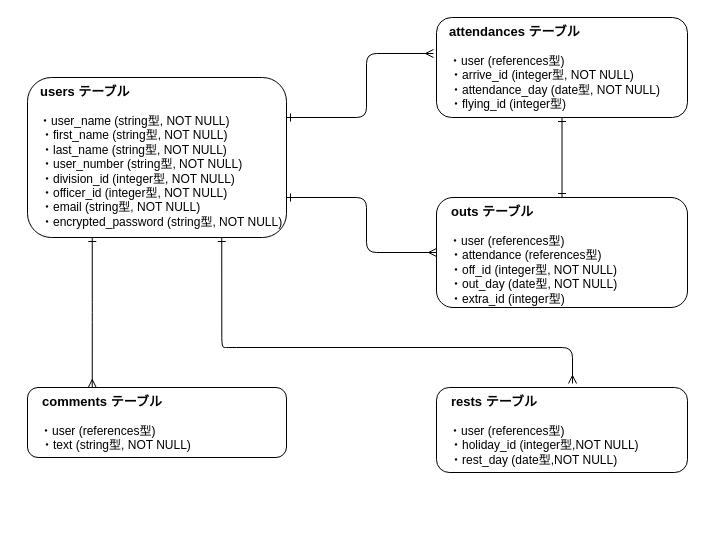
Above: er_figure.dio in yoshidanoryota/yoshida-manegement (draw.io), before the change. Source tidied: cells renumbered, new cells numbered last; positions are measured from the earlier drawing's top-left corner, leaving out a move shared by most shapes. Both pictures are drawn from the tidied source at 100%, with x=0, y=0 at pixel (27, 17).
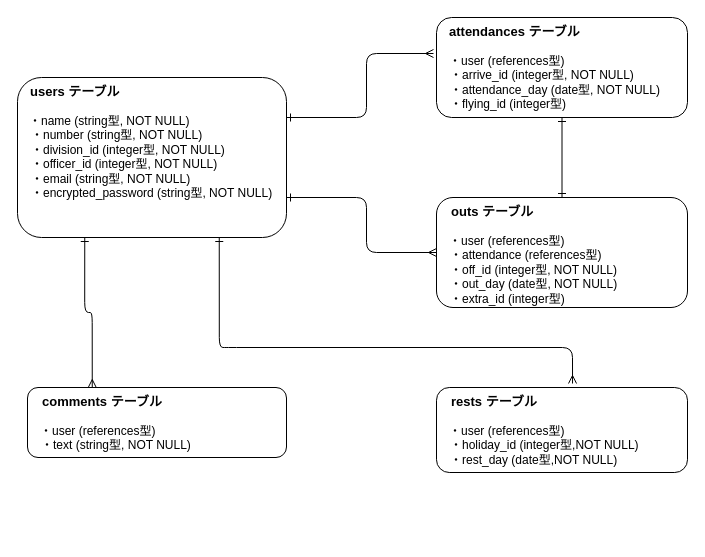
The same page after the edit.

Change to the diagram source:
```diff
@@
 <mxGraphModel>
   <root>
     <mxCell id="0" />
     <mxCell id="1" parent="0" />
     <mxCell id="2" style="edgeStyle=orthogonalEdgeStyle;jettySize=auto;html=1;exitX=0.25;exitY=1;exitDx=0;exitDy=0;entryX=0.25;entryY=0;entryDx=0;entryDy=0;endArrow=ERmany;endFill=0;startArrow=ERone;startFill=0;" parent="1" edge="1" source="6" target="11">
       <mxGeometry relative="1" as="geometry" />
     </mxCell>
     <mxCell id="3" style="edgeStyle=orthogonalEdgeStyle;jettySize=auto;html=1;exitX=0.75;exitY=1;exitDx=0;exitDy=0;entryX=0.542;entryY=-0.047;entryDx=0;entryDy=0;entryPerimeter=0;startArrow=ERone;startFill=0;endArrow=ERmany;endFill=0;" parent="1" edge="1" source="6" target="10">
       <mxGeometry relative="1" as="geometry">
         <Array as="points">
           <mxPoint x="199" y="330" />
           <mxPoint x="539" y="330" />
         </Array>
       </mxGeometry>
     </mxCell>
     <mxCell id="4" style="edgeStyle=orthogonalEdgeStyle;jettySize=auto;html=1;exitX=1;exitY=0.25;exitDx=0;exitDy=0;startArrow=ERone;startFill=0;endArrow=ERmany;endFill=0;entryX=-0.012;entryY=0.36;entryDx=0;entryDy=0;entryPerimeter=0;" parent="1" edge="1" source="6" target="8">
       <mxGeometry relative="1" as="geometry">
         <Array as="points">
           <mxPoint x="339" y="100" />
           <mxPoint x="339" y="36" />
         </Array>
       </mxGeometry>
     </mxCell>
     <mxCell id="5" style="edgeStyle=orthogonalEdgeStyle;jettySize=auto;html=1;exitX=1;exitY=0.75;exitDx=0;exitDy=0;startArrow=ERone;startFill=0;endArrow=ERmany;endFill=0;entryX=0;entryY=0.5;entryDx=0;entryDy=0;" parent="1" edge="1" source="6" target="9">
       <mxGeometry relative="1" as="geometry">
         <Array as="points">
           <mxPoint x="339" y="180" />
           <mxPoint x="339" y="235" />
         </Array>
       </mxGeometry>
     </mxCell>
-    <mxCell id="6" value="&lt;font style=&quot;font-size: 12px&quot;&gt;&lt;span style=&quot;font-size: 11px&quot;&gt;　&lt;/span&gt;&lt;font style=&quot;font-size: 13px ; font-weight: bold&quot;&gt;&lt;font style=&quot;font-size: 13px&quot;&gt;users テーブル&lt;br&gt;&lt;/font&gt;&lt;/font&gt;&lt;font style=&quot;font-size: 10px&quot;&gt;　&lt;br&gt;　&lt;/font&gt;&lt;font style=&quot;font-size: 12px&quot;&gt;・user_name (string型, NOT NULL)&lt;br&gt;　・first_name (string型, NOT NULL)&lt;br&gt;　・last_name (string型, NOT NULL)&lt;br&gt;　・user_number (string型, NOT NULL)&lt;br&gt;　・division_id&amp;nbsp;(integer型, NOT NULL)&lt;br&gt;　・officer_id&amp;nbsp;(integer型, NOT NULL)&lt;br&gt;　・&lt;/font&gt;&lt;/font&gt;&lt;font style=&quot;font-size: 12px&quot;&gt;&lt;font style=&quot;font-size: 12px&quot;&gt;&lt;font style=&quot;font-size: 12px&quot;&gt;email (string型, NOT NULL)&lt;br&gt;&lt;/font&gt;　・&lt;/font&gt;&lt;/font&gt;&lt;font style=&quot;font-size: 12px&quot;&gt;&lt;font style=&quot;font-size: 12px&quot;&gt;&lt;font style=&quot;font-size: 12px&quot;&gt;encrypted_password (string型, NOT NULL)&lt;br&gt;　&lt;br&gt;&lt;/font&gt;&lt;span style=&quot;font-size: 11px&quot;&gt;　&lt;/span&gt;&lt;br&gt;&lt;span style=&quot;font-size: 11px&quot;&gt;　&lt;/span&gt;&lt;/font&gt;&lt;br&gt;&lt;/font&gt;" style="whiteSpace=wrap;html=1;verticalAlign=top;align=left;fontFamily=Helvetica;rounded=1;" parent="1" vertex="1">
-      <mxGeometry y="60" width="259" height="160" as="geometry" />
+    <mxCell id="6" value="&lt;font style=&quot;font-size: 12px&quot;&gt;&lt;span style=&quot;font-size: 11px&quot;&gt;　&lt;/span&gt;&lt;font style=&quot;font-size: 13px ; font-weight: bold&quot;&gt;&lt;font style=&quot;font-size: 13px&quot;&gt;users テーブル&lt;br&gt;&lt;/font&gt;&lt;/font&gt;&lt;font style=&quot;font-size: 10px&quot;&gt;　&lt;br&gt;　&lt;/font&gt;&lt;font style=&quot;font-size: 12px&quot;&gt;・name (string型, NOT NULL)&lt;br&gt;　・number (string型, NOT NULL)&lt;br&gt;　・division_id&amp;nbsp;(integer型, NOT NULL)&lt;br&gt;　・officer_id&amp;nbsp;(integer型, NOT NULL)&lt;br&gt;　・&lt;/font&gt;&lt;/font&gt;&lt;font style=&quot;font-size: 12px&quot;&gt;&lt;font style=&quot;font-size: 12px&quot;&gt;&lt;font style=&quot;font-size: 12px&quot;&gt;email (string型, NOT NULL)&lt;br&gt;&lt;/font&gt;　・&lt;/font&gt;&lt;/font&gt;&lt;font style=&quot;font-size: 12px&quot;&gt;&lt;font style=&quot;font-size: 12px&quot;&gt;&lt;font style=&quot;font-size: 12px&quot;&gt;encrypted_password (string型, NOT NULL)&lt;br&gt;　&lt;br&gt;&lt;/font&gt;&lt;span style=&quot;font-size: 11px&quot;&gt;　&lt;/span&gt;&lt;br&gt;&lt;span style=&quot;font-size: 11px&quot;&gt;　&lt;/span&gt;&lt;/font&gt;&lt;br&gt;&lt;/font&gt;" style="whiteSpace=wrap;html=1;verticalAlign=top;align=left;fontFamily=Helvetica;rounded=1;" parent="1" vertex="1">
+      <mxGeometry x="-10" y="60" width="269" height="160" as="geometry" />
     </mxCell>
     <mxCell id="7" style="edgeStyle=orthogonalEdgeStyle;jettySize=auto;html=1;exitX=0.5;exitY=1;exitDx=0;exitDy=0;entryX=0.5;entryY=0;entryDx=0;entryDy=0;startArrow=ERone;startFill=0;endArrow=ERone;endFill=0;" parent="1" edge="1" source="8" target="9">
       <mxGeometry relative="1" as="geometry" />
     </mxCell>
     <mxCell id="8" value="&lt;font style=&quot;font-size: 12px&quot;&gt;&lt;b&gt;&lt;span style=&quot;font-size: 11px&quot;&gt;　&lt;/span&gt;&lt;font style=&quot;font-size: 13px&quot;&gt;attendances&lt;/font&gt;&lt;font style=&quot;font-size: 13px&quot;&gt;&amp;nbsp;&lt;/font&gt;&lt;font style=&quot;font-size: 13px&quot;&gt;&lt;font style=&quot;font-size: 13px&quot;&gt;テーブル&lt;br&gt;&lt;/font&gt;&lt;/font&gt;&lt;/b&gt;&lt;font style=&quot;font-size: 12px&quot;&gt;&lt;br&gt;&lt;span style=&quot;font-size: 11px&quot;&gt;　&lt;/span&gt;&lt;font style=&quot;font-size: 12px&quot;&gt;・&lt;font style=&quot;font-size: 12px&quot;&gt;&lt;span&gt;user (references型)&lt;br&gt;&lt;/span&gt;&lt;/font&gt;　&lt;font style=&quot;font-size: 12px&quot;&gt;&lt;span&gt;・arrive_id&amp;nbsp;&lt;/span&gt;&lt;/font&gt;(integer型, NOT NULL)&lt;br&gt;　・&lt;font style=&quot;font-size: 12px&quot;&gt;attendance_day (date型, NOT NULL)&lt;/font&gt;&lt;br&gt;　・flying_id (integer型)&lt;br&gt;　&lt;/font&gt;&lt;/font&gt;&lt;/font&gt;&lt;font style=&quot;font-size: 12px&quot;&gt;&lt;font style=&quot;font-size: 12px&quot;&gt;&lt;br&gt;　&lt;br&gt;　&lt;br&gt;　&lt;/font&gt;&lt;br&gt;&lt;/font&gt;" style="whiteSpace=wrap;html=1;verticalAlign=top;align=left;fontFamily=Helvetica;rounded=1;" parent="1" vertex="1">
       <mxGeometry x="409" width="251" height="100" as="geometry" />
     </mxCell>
     <mxCell id="9" value="&lt;font style=&quot;font-size: 12px&quot;&gt;&lt;b style=&quot;font-size: 13px&quot;&gt;&lt;span&gt;　outs&lt;/span&gt;&lt;font style=&quot;font-size: 13px&quot;&gt;&amp;nbsp;&lt;/font&gt;&lt;font style=&quot;font-size: 13px&quot;&gt;&lt;font style=&quot;font-size: 13px&quot;&gt;テーブル&lt;br&gt;&lt;/font&gt;&lt;/font&gt;&lt;/b&gt;&lt;font style=&quot;font-size: 12px&quot;&gt;&lt;br&gt;&lt;span style=&quot;font-size: 11px&quot;&gt;　&lt;/span&gt;&lt;font style=&quot;font-size: 12px&quot;&gt;・&lt;font style=&quot;font-size: 12px&quot;&gt;&lt;span&gt;user (references型)&lt;br&gt;　・attendance&amp;nbsp;&lt;/span&gt;(references型)&lt;span&gt;&lt;br&gt;&lt;/span&gt;&lt;/font&gt;　&lt;font style=&quot;font-size: 12px&quot;&gt;&lt;span&gt;・off_id&amp;nbsp;&lt;/span&gt;&lt;/font&gt;(integer型, NOT NULL)&lt;br&gt;　・out&lt;font style=&quot;font-size: 12px&quot;&gt;_day (date型, NOT NULL)&lt;br&gt;&lt;/font&gt;　・extra_id (integer型)&lt;br&gt;　&lt;br&gt;　&lt;/font&gt;&lt;/font&gt;&lt;/font&gt;&lt;font style=&quot;font-size: 12px&quot;&gt;&lt;font style=&quot;font-size: 12px&quot;&gt;&lt;br&gt;　&lt;br&gt;　&lt;br&gt;　&lt;/font&gt;&lt;br&gt;&lt;/font&gt;" style="whiteSpace=wrap;html=1;verticalAlign=top;align=left;fontFamily=Helvetica;rounded=1;" parent="1" vertex="1">
       <mxGeometry x="409" y="180" width="251" height="110" as="geometry" />
     </mxCell>
     <mxCell id="10" value="&lt;font style=&quot;font-size: 12px&quot;&gt;&lt;b style=&quot;font-size: 13px&quot;&gt;&lt;span&gt;　rests&lt;/span&gt;&lt;font style=&quot;font-size: 13px&quot;&gt;&amp;nbsp;&lt;/font&gt;&lt;font style=&quot;font-size: 13px&quot;&gt;&lt;font style=&quot;font-size: 13px&quot;&gt;テーブル&lt;br&gt;&lt;/font&gt;&lt;/font&gt;&lt;/b&gt;&lt;font style=&quot;font-size: 12px&quot;&gt;&lt;br&gt;&lt;span style=&quot;font-size: 11px&quot;&gt;　&lt;/span&gt;&lt;font style=&quot;font-size: 12px&quot;&gt;・&lt;font style=&quot;font-size: 12px&quot;&gt;&lt;span&gt;user (references型)&lt;br&gt;&lt;/span&gt;&lt;/font&gt;　&lt;font style=&quot;font-size: 12px&quot;&gt;&lt;span&gt;・holiday_id&amp;nbsp;&lt;/span&gt;&lt;/font&gt;(integer型,NOT NULL)&lt;br&gt;　・rest&lt;font style=&quot;font-size: 12px&quot;&gt;_day (date型,NOT NULL)&lt;/font&gt;&lt;br&gt;　&lt;br&gt;　&lt;/font&gt;&lt;/font&gt;&lt;/font&gt;&lt;font style=&quot;font-size: 12px&quot;&gt;&lt;font style=&quot;font-size: 12px&quot;&gt;&lt;br&gt;　&lt;br&gt;　&lt;br&gt;　&lt;/font&gt;&lt;br&gt;&lt;/font&gt;" style="whiteSpace=wrap;html=1;verticalAlign=top;align=left;fontFamily=Helvetica;rounded=1;" parent="1" vertex="1">
       <mxGeometry x="409" y="370" width="251" height="85" as="geometry" />
     </mxCell>
     <mxCell id="11" value="&lt;font style=&quot;font-size: 12px&quot;&gt;&lt;b style=&quot;font-size: 13px&quot;&gt;&lt;span&gt;　comments&lt;/span&gt;&lt;font style=&quot;font-size: 13px&quot;&gt;&amp;nbsp;&lt;/font&gt;&lt;font style=&quot;font-size: 13px&quot;&gt;&lt;font style=&quot;font-size: 13px&quot;&gt;テーブル&lt;br&gt;&lt;/font&gt;&lt;/font&gt;&lt;/b&gt;&lt;font style=&quot;font-size: 12px&quot;&gt;&lt;br&gt;&lt;span style=&quot;font-size: 11px&quot;&gt;　&lt;/span&gt;&lt;font style=&quot;font-size: 12px&quot;&gt;・&lt;font style=&quot;font-size: 12px&quot;&gt;&lt;span&gt;user (references型)&lt;br&gt;&lt;/span&gt;&lt;/font&gt;　&lt;font style=&quot;font-size: 12px&quot;&gt;&lt;span&gt;・text&amp;nbsp;&lt;/span&gt;&lt;/font&gt;(string型, NOT NULL)&lt;br&gt;　&lt;br&gt;　&lt;/font&gt;&lt;/font&gt;&lt;/font&gt;&lt;font style=&quot;font-size: 12px&quot;&gt;&lt;font style=&quot;font-size: 12px&quot;&gt;&lt;br&gt;　&lt;br&gt;　&lt;br&gt;　&lt;/font&gt;&lt;br&gt;&lt;/font&gt;" style="whiteSpace=wrap;html=1;verticalAlign=top;align=left;fontFamily=Helvetica;rounded=1;" parent="1" vertex="1">
       <mxGeometry y="370" width="259" height="70" as="geometry" />
     </mxCell>
   </root>
 </mxGraphModel>
```
